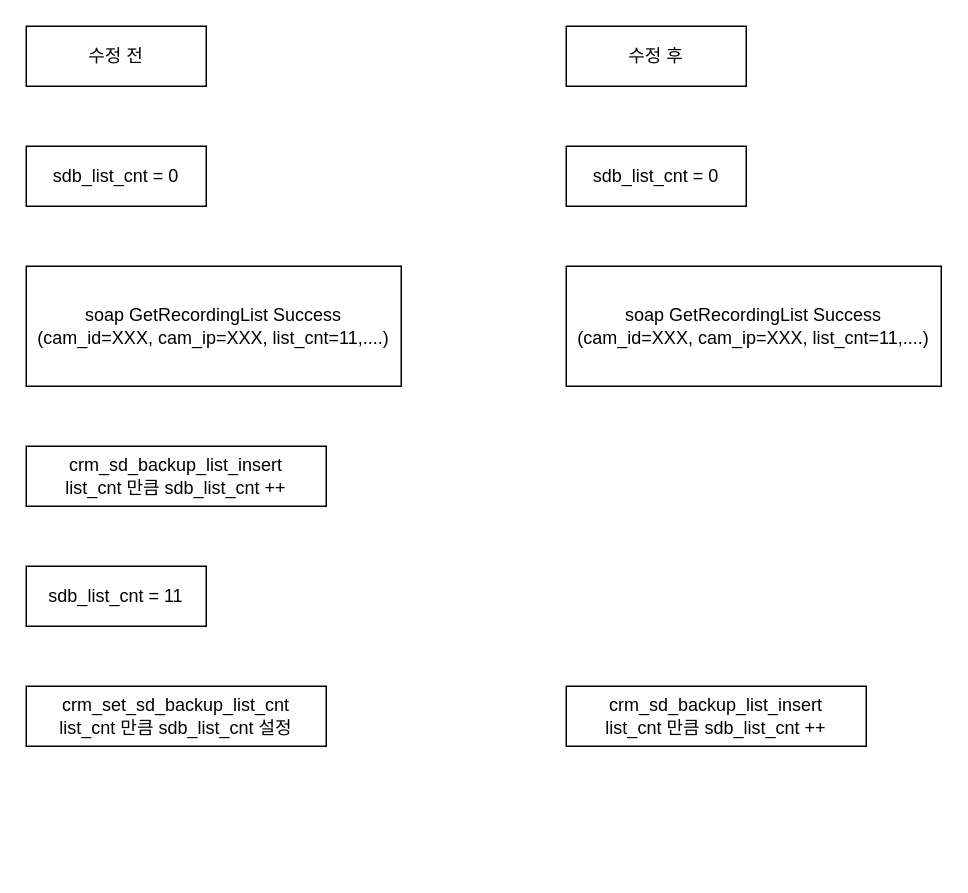
The draw.io diagram crm 이슈 설명.drawio in JaeHyeon774/NEWTIL, before the edit. Source tidied: cells renumbered, new cells numbered last; positions are measured from the earlier drawing's top-left corner, leaving out a move shared by most shapes. Both pictures are drawn from the tidied source at 150%, with x=0, y=0 at pixel (26, 26).
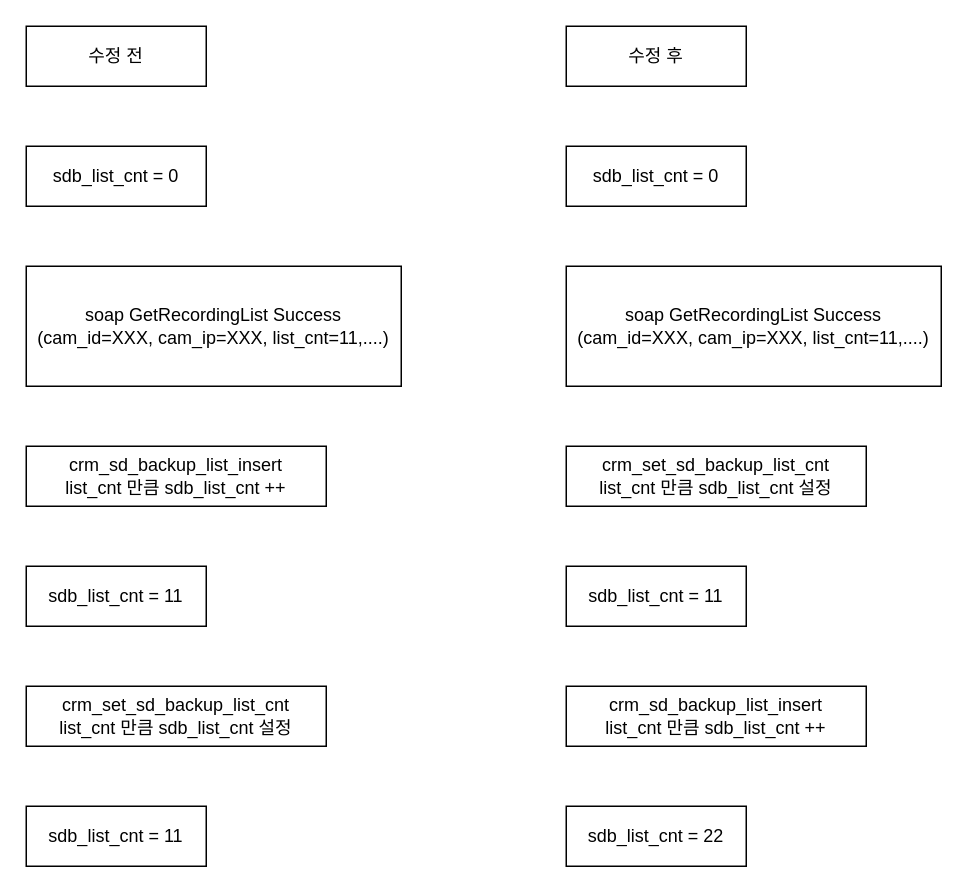
The same page after the edit.

Commit message (it also covers changes not shown here):
crm 이슈 설명.drawio 업데이트

Change to the diagram source:
```diff
@@
 <mxGraphModel>
   <root>
     <mxCell id="0" />
     <mxCell id="1" parent="0" />
     <mxCell id="2" value="sdb_list_cnt = 0" style="rounded=0;whiteSpace=wrap;html=1;" parent="1" vertex="1">
       <mxGeometry y="80" width="120" height="40" as="geometry" />
     </mxCell>
     <mxCell id="3" value="sdb_list_cnt = 0" style="rounded=0;whiteSpace=wrap;html=1;" parent="1" vertex="1">
       <mxGeometry x="360" y="80" width="120" height="40" as="geometry" />
     </mxCell>
     <mxCell id="4" value="수정 전" style="rounded=0;whiteSpace=wrap;html=1;" parent="1" vertex="1">
       <mxGeometry width="120" height="40" as="geometry" />
     </mxCell>
     <mxCell id="5" value="수정 후" style="rounded=0;whiteSpace=wrap;html=1;" parent="1" vertex="1">
       <mxGeometry x="360" width="120" height="40" as="geometry" />
     </mxCell>
     <mxCell id="6" value="soap GetRecordingList Success (cam_id=XXX, cam_ip=XXX, list_cnt=11,....)" style="rounded=0;whiteSpace=wrap;html=1;" parent="1" vertex="1">
       <mxGeometry y="160" width="250" height="80" as="geometry" />
     </mxCell>
     <mxCell id="7" value="soap GetRecordingList Success (cam_id=XXX, cam_ip=XXX, list_cnt=11,....)" style="rounded=0;whiteSpace=wrap;html=1;" parent="1" vertex="1">
       <mxGeometry x="360" y="160" width="250" height="80" as="geometry" />
     </mxCell>
     <mxCell id="8" value="crm_sd_backup_list_insert&lt;br&gt;list_cnt 만큼 sdb_list_cnt ++" style="rounded=0;whiteSpace=wrap;html=1;" parent="1" vertex="1">
       <mxGeometry y="280" width="200" height="40" as="geometry" />
     </mxCell>
     <mxCell id="9" value="crm_sd_backup_list_insert&lt;br&gt;list_cnt 만큼 sdb_list_cnt ++" style="rounded=0;whiteSpace=wrap;html=1;" parent="1" vertex="1">
       <mxGeometry x="360" y="440" width="200" height="40" as="geometry" />
     </mxCell>
     <mxCell id="10" value="sdb_list_cnt = 11" style="rounded=0;whiteSpace=wrap;html=1;" parent="1" vertex="1">
       <mxGeometry y="360" width="120" height="40" as="geometry" />
     </mxCell>
     <mxCell id="11" value="crm_set_sd_backup_list_cnt&lt;br&gt;list_cnt 만큼 sdb_list_cnt 설정" style="rounded=0;whiteSpace=wrap;html=1;" parent="1" vertex="1">
       <mxGeometry y="440" width="200" height="40" as="geometry" />
     </mxCell>
+    <mxCell id="12" value="sdb_list_cnt = 11" style="rounded=0;whiteSpace=wrap;html=1;" parent="1" vertex="1">
+      <mxGeometry y="520" width="120" height="40" as="geometry" />
+    </mxCell>
+    <mxCell id="13" value="crm_set_sd_backup_list_cnt&lt;br&gt;list_cnt 만큼 sdb_list_cnt 설정" style="rounded=0;whiteSpace=wrap;html=1;" parent="1" vertex="1">
+      <mxGeometry x="360" y="280" width="200" height="40" as="geometry" />
+    </mxCell>
+    <mxCell id="14" value="sdb_list_cnt = 11" style="rounded=0;whiteSpace=wrap;html=1;" parent="1" vertex="1">
+      <mxGeometry x="360" y="360" width="120" height="40" as="geometry" />
+    </mxCell>
+    <mxCell id="15" value="sdb_list_cnt = 22" style="rounded=0;whiteSpace=wrap;html=1;" parent="1" vertex="1">
+      <mxGeometry x="360" y="520" width="120" height="40" as="geometry" />
+    </mxCell>
   </root>
 </mxGraphModel>
```
